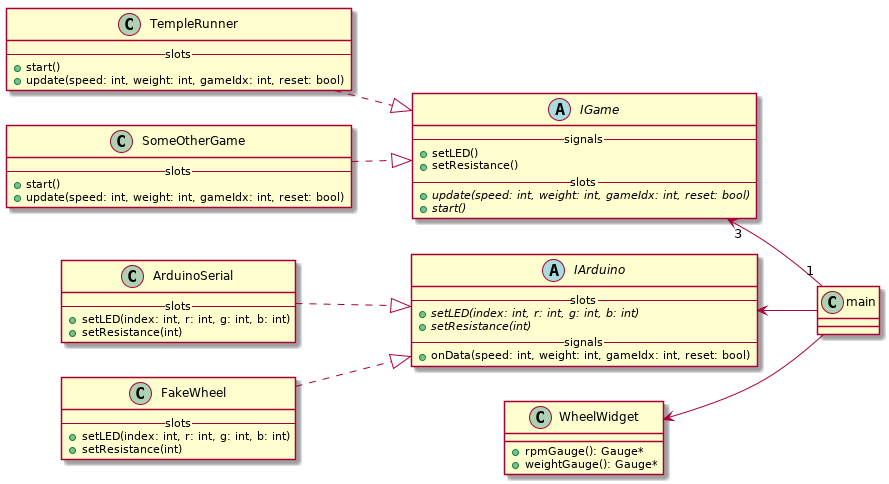
This is uml/out/uml/uml.png from Anders-Clement/B208, a PlantUML export, as it was before one commit. Source of this version:
```plantuml
@startuml
left to right direction
class main
abstract IGame {
    --signals--
    + setLED()
    + setResistance()
    --slots--
    + {abstract} update(speed: int, weight: int, gameIdx: int, reset: bool)
    + {abstract} start()
}

class TempleRunner {
    --slots--
    + start()
    + update(speed: int, weight: int, gameIdx: int, reset: bool)
}

class SomeOtherGame{
    --slots--
    + start()
    + update(speed: int, weight: int, gameIdx: int, reset: bool)
}

TempleRunner ..|> IGame
SomeOtherGame ..|> IGame

abstract IArduino {
    --slots--
    + {abstract} setLED(index: int, r: int, g: int, b: int)
    + {abstract} setResistance(int)
    --signals--
    + onData(speed: int, weight: int, gameIdx: int, reset: bool)
}


IArduino <-- main
IGame "3"<--"1" main
WheelWidget <-- main
class ArduinoSerial {
    --slots--
    + setLED(index: int, r: int, g: int, b: int)
    + setResistance(int)
}

class FakeWheel {
    --slots--
    + setLED(index: int, r: int, g: int, b: int)
    + setResistance(int)
}
ArduinoSerial ..|> IArduino
FakeWheel ..|> IArduino

class WheelWidget {
    + rpmGauge(): Gauge*
    + weightGauge(): Gauge*
}

@enduml
```
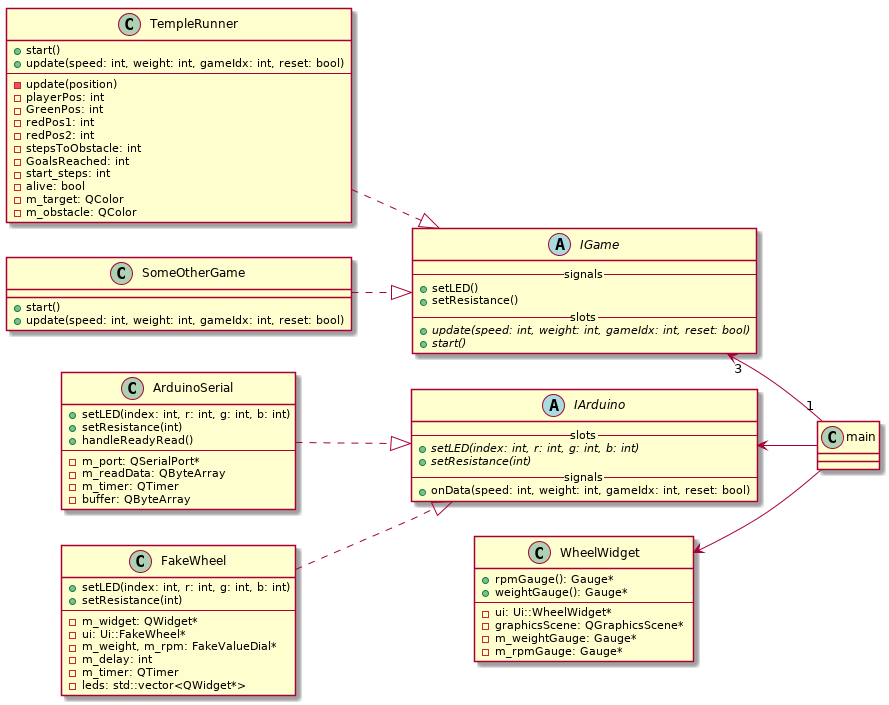
Later version of the same file.

Commit message:
add more descriptive uml and some minor changes to source

The edit, as a diff of the source:
```diff
@@ -9,15 +9,23 @@
     + {abstract} update(speed: int, weight: int, gameIdx: int, reset: bool)
     + {abstract} start()
 }
-
 class TempleRunner {
-    --slots--
     + start()
     + update(speed: int, weight: int, gameIdx: int, reset: bool)
+    --
+    - update(position)
+    - playerPos: int
+    - GreenPos: int
+    - redPos1: int
+    - redPos2: int
+    - stepsToObstacle: int
+    - GoalsReached: int
+    - start_steps: int
+    - alive: bool
+    - m_target: QColor
+    - m_obstacle: QColor
 }
-
 class SomeOtherGame{
-    --slots--
     + start()
     + update(speed: int, weight: int, gameIdx: int, reset: bool)
 }
@@ -38,22 +46,39 @@
 IGame "3"<--"1" main
 WheelWidget <-- main
 class ArduinoSerial {
-    --slots--
     + setLED(index: int, r: int, g: int, b: int)
     + setResistance(int)
+    + handleReadyRead()
+    --
+    - m_port: QSerialPort*
+    - m_readData: QByteArray
+    - m_timer: QTimer
+    - buffer: QByteArray
 }
 
 class FakeWheel {
-    --slots--
     + setLED(index: int, r: int, g: int, b: int)
     + setResistance(int)
+    --
+    - m_widget: QWidget*
+    - ui: Ui::FakeWheel*
+    - m_weight, m_rpm: FakeValueDial*
+    - m_delay: int
+    - m_timer: QTimer
+    - leds: std::vector<QWidget*>
 }
+
 ArduinoSerial ..|> IArduino
 FakeWheel ..|> IArduino
 
 class WheelWidget {
     + rpmGauge(): Gauge*
     + weightGauge(): Gauge*
+    --
+    - ui: Ui::WheelWidget*
+    - graphicsScene: QGraphicsScene*
+    - m_weightGauge: Gauge*
+    - m_rpmGauge: Gauge*
 }
 
 @enduml
```
